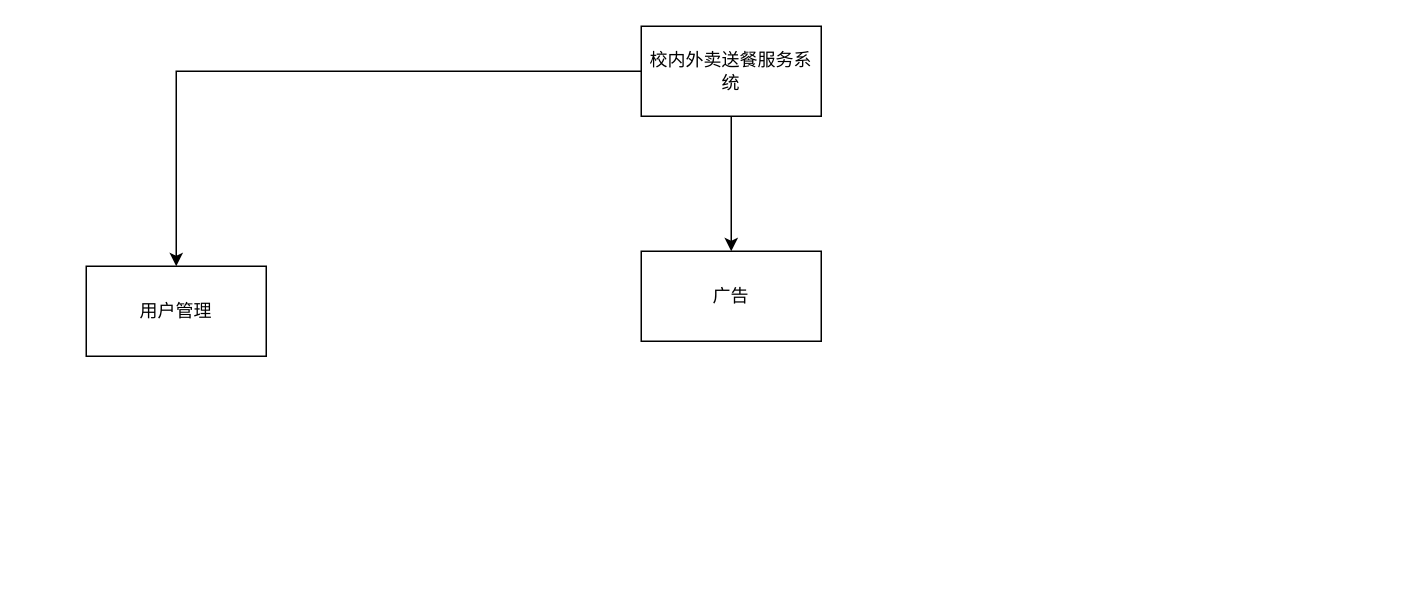
The draw.io diagram images/功能模块图.drawio in wansuns/DrawingBed, before the edit. Source tidied: cells renumbered, new cells numbered last; positions are measured from the earlier drawing's top-left corner, leaving out a move shared by most shapes. Both pictures are drawn from the tidied source at 150%, with x=0, y=0 at pixel (86, 26).
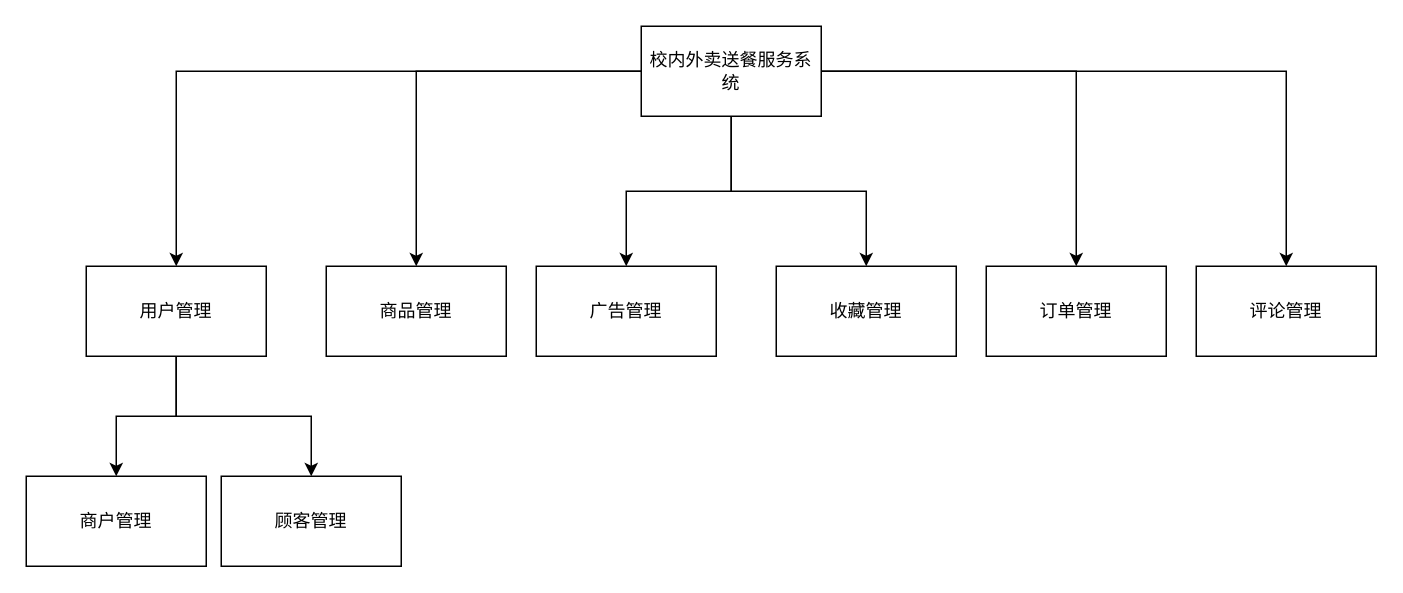
The same diagram, later.

Commit message (it also covers changes not shown here):
更新功能模块图.drawio

What changed in the source:
```diff
@@
 <mxGraphModel>
   <root>
     <mxCell id="0" />
     <mxCell id="1" parent="0" />
     <mxCell id="2" style="edgeStyle=orthogonalEdgeStyle;rounded=0;jettySize=auto;html=1;" parent="1" edge="1" source="4" target="5">
       <mxGeometry relative="1" as="geometry" />
     </mxCell>
-    <mxCell id="3" style="edgeStyle=orthogonalEdgeStyle;rounded=0;jettySize=auto;html=1;" parent="1" edge="1" source="4" target="6">
-      <mxGeometry relative="1" as="geometry" />
-    </mxCell>
+    <mxCell id="7" style="edgeStyle=orthogonalEdgeStyle;rounded=0;jettySize=auto;html=1;" parent="1" edge="1" source="4" target="14">
+      <mxGeometry relative="1" as="geometry" />
+    </mxCell>
+    <mxCell id="8" style="edgeStyle=orthogonalEdgeStyle;rounded=0;jettySize=auto;html=1;" parent="1" edge="1" source="4" target="15">
+      <mxGeometry relative="1" as="geometry" />
+    </mxCell>
+    <mxCell id="9" style="edgeStyle=orthogonalEdgeStyle;rounded=0;jettySize=auto;html=1;" parent="1" edge="1" source="4" target="16">
+      <mxGeometry relative="1" as="geometry" />
+    </mxCell>
+    <mxCell id="10" style="edgeStyle=orthogonalEdgeStyle;rounded=0;jettySize=auto;html=1;" parent="1" edge="1" source="4" target="17">
+      <mxGeometry relative="1" as="geometry" />
+    </mxCell>
+    <mxCell id="11" style="edgeStyle=orthogonalEdgeStyle;rounded=0;jettySize=auto;html=1;entryX=0.5;entryY=0;entryDx=0;entryDy=0;" parent="1" edge="1" source="4" target="18">
+      <mxGeometry relative="1" as="geometry" />
+    </mxCell>
     <mxCell id="4" value="校内外卖送餐服务系统" style="rounded=0;whiteSpace=wrap;html=1;" parent="1" vertex="1">
       <mxGeometry x="370" width="120" height="60" as="geometry" />
     </mxCell>
+    <mxCell id="12" style="edgeStyle=orthogonalEdgeStyle;rounded=0;jettySize=auto;html=1;" parent="1" edge="1" source="5" target="19">
+      <mxGeometry relative="1" as="geometry" />
+    </mxCell>
+    <mxCell id="13" style="edgeStyle=orthogonalEdgeStyle;rounded=0;jettySize=auto;html=1;entryX=0.5;entryY=0;entryDx=0;entryDy=0;" parent="1" edge="1" source="5" target="20">
+      <mxGeometry relative="1" as="geometry" />
+    </mxCell>
     <mxCell id="5" value="用户管理" style="rounded=0;whiteSpace=wrap;html=1;" parent="1" vertex="1">
       <mxGeometry y="160" width="120" height="60" as="geometry" />
     </mxCell>
-    <mxCell id="6" value="广告" style="whiteSpace=wrap;html=1;rounded=0;" parent="1" vertex="1">
-      <mxGeometry x="370" y="150" width="120" height="60" as="geometry" />
-    </mxCell>
+    <mxCell id="14" value="商品管理" style="whiteSpace=wrap;html=1;rounded=0;" parent="1" vertex="1">
+      <mxGeometry x="160" y="160" width="120" height="60" as="geometry" />
+    </mxCell>
+    <mxCell id="15" value="广告管理" style="whiteSpace=wrap;html=1;rounded=0;" parent="1" vertex="1">
+      <mxGeometry x="300" y="160" width="120" height="60" as="geometry" />
+    </mxCell>
+    <mxCell id="16" value="订单管理" style="whiteSpace=wrap;html=1;rounded=0;" parent="1" vertex="1">
+      <mxGeometry x="600" y="160" width="120" height="60" as="geometry" />
+    </mxCell>
+    <mxCell id="17" value="收藏管理" style="whiteSpace=wrap;html=1;rounded=0;" parent="1" vertex="1">
+      <mxGeometry x="460" y="160" width="120" height="60" as="geometry" />
+    </mxCell>
+    <mxCell id="18" value="评论管理" style="rounded=0;whiteSpace=wrap;html=1;" parent="1" vertex="1">
+      <mxGeometry x="740" y="160" width="120" height="60" as="geometry" />
+    </mxCell>
+    <mxCell id="19" value="商户管理" style="whiteSpace=wrap;html=1;rounded=0;" parent="1" vertex="1">
+      <mxGeometry x="-40" y="300" width="120" height="60" as="geometry" />
+    </mxCell>
+    <mxCell id="20" value="顾客管理" style="whiteSpace=wrap;html=1;rounded=0;" parent="1" vertex="1">
+      <mxGeometry x="90" y="300" width="120" height="60" as="geometry" />
+    </mxCell>
   </root>
 </mxGraphModel>
```
